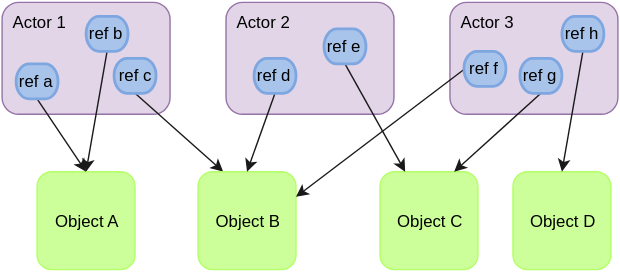
This is assets/images/refs_to_objects_in_actors.svg from zartstrom/zartstrom.github.io, a draw.io export, as it was before one commit. Source tidied: cells renumbered, new cells last; positions are measured from the earlier drawing's top-left corner, leaving out a move shared by most shapes.
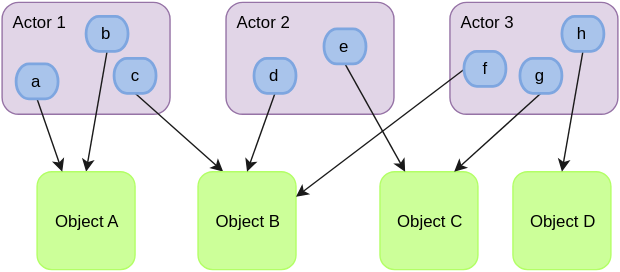
The same diagram one commit later.

Diff of the diagram source:
```diff
@@ -8,7 +8,7 @@
     <mxCell id="3" style="edgeStyle=none;rounded=0;html=1;exitX=0.5;exitY=0;exitPerimeter=0;entryX=0.25;entryY=0;labelBackgroundColor=#ffffff;jettySize=auto;strokeColor=#1A1A1A;strokeWidth=1;fontSize=12;" parent="1" edge="1" source="4" target="10">
       <mxGeometry relative="1" as="geometry" />
     </mxCell>
-    <mxCell id="4" value="&lt;div style=&quot;text-align: center&quot;&gt;&lt;span style=&quot;line-height: 1.2&quot;&gt;ref c&lt;/span&gt;&lt;/div&gt;" style="strokeWidth=2;html=1;shape=mxgraph.flowchart.terminator;whiteSpace=wrap;rounded=1;fillColor=#A9C4EB;gradientColor=none;fontSize=12;align=center;strokeColor=#7EA6E0;direction=west;" parent="1" vertex="1">
+    <mxCell id="4" value="&lt;div style=&quot;text-align: center&quot;&gt;&lt;span style=&quot;line-height: 1.2&quot;&gt;c&lt;/span&gt;&lt;/div&gt;" style="strokeWidth=2;html=1;shape=mxgraph.flowchart.terminator;whiteSpace=wrap;rounded=1;fillColor=#A9C4EB;gradientColor=none;fontSize=12;align=center;strokeColor=#7EA6E0;direction=west;" parent="1" vertex="1">
       <mxGeometry x="80" y="40" width="30" height="25" as="geometry" />
     </mxCell>
     <mxCell id="5" value="Actor 2" style="rounded=1;whiteSpace=wrap;html=1;strokeWidth=1;fontSize=12;align=left;plain-purple;gradientColor=none;verticalAlign=top;spacingLeft=5;" parent="1" vertex="1">
@@ -17,7 +17,7 @@
     <mxCell id="6" style="edgeStyle=none;rounded=0;html=1;exitX=0.5;exitY=1;exitPerimeter=0;entryX=0.5;entryY=0;labelBackgroundColor=#ffffff;jettySize=auto;strokeColor=#1A1A1A;strokeWidth=1;fontSize=12;" parent="1" edge="1" source="7" target="8">
       <mxGeometry relative="1" as="geometry" />
     </mxCell>
-    <mxCell id="7" value="&lt;div style=&quot;text-align: center&quot;&gt;&lt;span style=&quot;line-height: 1.2&quot;&gt;ref b&lt;/span&gt;&lt;/div&gt;" style="strokeWidth=2;html=1;shape=mxgraph.flowchart.terminator;whiteSpace=wrap;rounded=1;fillColor=#A9C4EB;gradientColor=none;fontSize=12;align=center;strokeColor=#7EA6E0;" parent="1" vertex="1">
+    <mxCell id="7" value="&lt;div style=&quot;text-align: center&quot;&gt;&lt;span style=&quot;line-height: 1.2&quot;&gt;b&lt;/span&gt;&lt;/div&gt;" style="strokeWidth=2;html=1;shape=mxgraph.flowchart.terminator;whiteSpace=wrap;rounded=1;fillColor=#A9C4EB;gradientColor=none;fontSize=12;align=center;strokeColor=#7EA6E0;" parent="1" vertex="1">
       <mxGeometry x="60" y="10" width="30" height="25" as="geometry" />
     </mxCell>
     <mxCell id="8" value="Object A" style="rounded=1;whiteSpace=wrap;html=1;rounded=1;strokeColor=#B3FF66;strokeWidth=1;fillColor=#CCFF99;gradientColor=none;fontSize=12;align=center;" parent="1" vertex="1">
@@ -32,28 +32,28 @@
     <mxCell id="11" value="Object C" style="rounded=1;whiteSpace=wrap;html=1;rounded=1;strokeColor=#B3FF66;strokeWidth=1;fillColor=#CCFF99;gradientColor=none;fontSize=12;align=center;" parent="1" vertex="1">
       <mxGeometry x="270" y="121" width="70" height="70" as="geometry" />
     </mxCell>
-    <mxCell id="12" style="rounded=0;html=1;exitX=0.5;exitY=0;exitPerimeter=0;entryX=0.5;entryY=0;jettySize=auto;strokeColor=#1A1A1A;strokeWidth=1;fontSize=12;labelBackgroundColor=#ffffff;" parent="1" edge="1" source="13" target="8">
+    <mxCell id="12" style="rounded=0;html=1;exitX=0.5;exitY=0;exitPerimeter=0;entryX=0.25;entryY=0;jettySize=auto;strokeColor=#1A1A1A;strokeWidth=1;fontSize=12;labelBackgroundColor=#ffffff;" parent="1" edge="1" source="13" target="8">
       <mxGeometry relative="1" as="geometry" />
     </mxCell>
-    <mxCell id="13" value="&lt;div style=&quot;text-align: center&quot;&gt;&lt;span style=&quot;line-height: 1.2&quot;&gt;ref a&lt;/span&gt;&lt;/div&gt;" style="strokeWidth=2;html=1;shape=mxgraph.flowchart.terminator;whiteSpace=wrap;rounded=1;fillColor=#A9C4EB;gradientColor=none;fontSize=12;align=center;strokeColor=#7EA6E0;direction=west;" parent="1" vertex="1">
+    <mxCell id="13" value="&lt;div style=&quot;text-align: center&quot;&gt;&lt;span style=&quot;line-height: 1.2&quot;&gt;a&lt;/span&gt;&lt;/div&gt;" style="strokeWidth=2;html=1;shape=mxgraph.flowchart.terminator;whiteSpace=wrap;rounded=1;fillColor=#A9C4EB;gradientColor=none;fontSize=12;align=center;strokeColor=#7EA6E0;direction=west;" parent="1" vertex="1">
       <mxGeometry x="10" y="44" width="30" height="25" as="geometry" />
     </mxCell>
     <mxCell id="14" style="edgeStyle=none;rounded=0;html=1;exitX=0.5;exitY=0;exitPerimeter=0;labelBackgroundColor=#ffffff;jettySize=auto;strokeColor=#1A1A1A;strokeWidth=1;fontSize=12;entryX=0.5;entryY=0;startArrow=none;startFill=0;endArrow=classic;endFill=1;" parent="1" edge="1" source="15" target="10">
       <mxGeometry relative="1" as="geometry" />
     </mxCell>
-    <mxCell id="15" value="&lt;div style=&quot;text-align: center&quot;&gt;&lt;span style=&quot;line-height: 1.2&quot;&gt;ref d&lt;/span&gt;&lt;/div&gt;" style="strokeWidth=2;html=1;shape=mxgraph.flowchart.terminator;whiteSpace=wrap;rounded=1;fillColor=#A9C4EB;gradientColor=none;fontSize=12;align=center;strokeColor=#7EA6E0;direction=west;" parent="1" vertex="1">
+    <mxCell id="15" value="&lt;div style=&quot;text-align: center&quot;&gt;&lt;span style=&quot;line-height: 1.2&quot;&gt;d&lt;/span&gt;&lt;/div&gt;" style="strokeWidth=2;html=1;shape=mxgraph.flowchart.terminator;whiteSpace=wrap;rounded=1;fillColor=#A9C4EB;gradientColor=none;fontSize=12;align=center;strokeColor=#7EA6E0;direction=west;" parent="1" vertex="1">
       <mxGeometry x="180" y="40" width="30" height="25" as="geometry" />
     </mxCell>
     <mxCell id="16" style="edgeStyle=none;rounded=0;html=1;exitX=1;exitY=0.5;exitPerimeter=0;entryX=1;entryY=0.25;labelBackgroundColor=#ffffff;jettySize=auto;strokeColor=#1A1A1A;strokeWidth=1;fontSize=12;" parent="1" edge="1" source="17" target="10">
       <mxGeometry relative="1" as="geometry" />
     </mxCell>
-    <mxCell id="17" value="&lt;div style=&quot;text-align: center&quot;&gt;&lt;span style=&quot;line-height: 1.2&quot;&gt;ref f&lt;/span&gt;&lt;/div&gt;" style="strokeWidth=2;html=1;shape=mxgraph.flowchart.terminator;whiteSpace=wrap;rounded=1;fillColor=#A9C4EB;gradientColor=none;fontSize=12;align=center;strokeColor=#7EA6E0;direction=west;" parent="1" vertex="1">
+    <mxCell id="17" value="&lt;div style=&quot;text-align: center&quot;&gt;&lt;span style=&quot;line-height: 1.2&quot;&gt;f&lt;/span&gt;&lt;/div&gt;" style="strokeWidth=2;html=1;shape=mxgraph.flowchart.terminator;whiteSpace=wrap;rounded=1;fillColor=#A9C4EB;gradientColor=none;fontSize=12;align=center;strokeColor=#7EA6E0;direction=west;" parent="1" vertex="1">
       <mxGeometry x="330" y="35" width="30" height="25" as="geometry" />
     </mxCell>
     <mxCell id="18" style="edgeStyle=none;rounded=0;html=1;exitX=0.5;exitY=0;exitPerimeter=0;entryX=0.75;entryY=0;labelBackgroundColor=#ffffff;jettySize=auto;strokeColor=#1A1A1A;strokeWidth=1;fontSize=12;" parent="1" edge="1" source="19" target="11">
       <mxGeometry relative="1" as="geometry" />
     </mxCell>
-    <mxCell id="19" value="&lt;div style=&quot;text-align: center&quot;&gt;&lt;span style=&quot;line-height: 1.2&quot;&gt;ref g&lt;/span&gt;&lt;/div&gt;" style="strokeWidth=2;html=1;shape=mxgraph.flowchart.terminator;whiteSpace=wrap;rounded=1;fillColor=#A9C4EB;gradientColor=none;fontSize=12;align=center;strokeColor=#7EA6E0;direction=west;" parent="1" vertex="1">
+    <mxCell id="19" value="&lt;div style=&quot;text-align: center&quot;&gt;&lt;span style=&quot;line-height: 1.2&quot;&gt;g&lt;/span&gt;&lt;/div&gt;" style="strokeWidth=2;html=1;shape=mxgraph.flowchart.terminator;whiteSpace=wrap;rounded=1;fillColor=#A9C4EB;gradientColor=none;fontSize=12;align=center;strokeColor=#7EA6E0;direction=west;" parent="1" vertex="1">
       <mxGeometry x="370" y="40" width="30" height="25" as="geometry" />
     </mxCell>
     <mxCell id="20" style="edgeStyle=none;rounded=0;html=1;exitX=0.5;exitY=0;exitPerimeter=0;entryX=0.5;entryY=0;entryPerimeter=0;labelBackgroundColor=#ffffff;jettySize=auto;orthogonalLoop=1;strokeColor=#1A1A1A;strokeWidth=1;fontSize=12;" parent="1" edge="1" source="19" target="19">
@@ -65,13 +65,13 @@
     <mxCell id="22" style="edgeStyle=none;rounded=0;html=1;exitX=0.5;exitY=0;exitPerimeter=0;entryX=0.5;entryY=0;labelBackgroundColor=#ffffff;jettySize=auto;strokeColor=#1A1A1A;strokeWidth=1;fontSize=12;" parent="1" edge="1" source="23" target="21">
       <mxGeometry relative="1" as="geometry" />
     </mxCell>
-    <mxCell id="23" value="&lt;div style=&quot;text-align: center&quot;&gt;&lt;span style=&quot;line-height: 1.2&quot;&gt;ref h&lt;/span&gt;&lt;/div&gt;" style="strokeWidth=2;html=1;shape=mxgraph.flowchart.terminator;whiteSpace=wrap;rounded=1;fillColor=#A9C4EB;gradientColor=none;fontSize=12;align=center;strokeColor=#7EA6E0;direction=west;" parent="1" vertex="1">
+    <mxCell id="23" value="&lt;div style=&quot;text-align: center&quot;&gt;&lt;span style=&quot;line-height: 1.2&quot;&gt;h&lt;/span&gt;&lt;/div&gt;" style="strokeWidth=2;html=1;shape=mxgraph.flowchart.terminator;whiteSpace=wrap;rounded=1;fillColor=#A9C4EB;gradientColor=none;fontSize=12;align=center;strokeColor=#7EA6E0;direction=west;" parent="1" vertex="1">
       <mxGeometry x="400" y="10" width="30" height="25" as="geometry" />
     </mxCell>
     <mxCell id="24" style="edgeStyle=none;rounded=0;html=1;exitX=0.5;exitY=0;exitPerimeter=0;entryX=0.25;entryY=0;labelBackgroundColor=#ffffff;jettySize=auto;strokeColor=#1A1A1A;strokeWidth=1;fontSize=12;" parent="1" edge="1" source="25" target="11">
       <mxGeometry relative="1" as="geometry" />
     </mxCell>
-    <mxCell id="25" value="&lt;div style=&quot;text-align: center&quot;&gt;&lt;span style=&quot;line-height: 1.2&quot;&gt;ref e&lt;/span&gt;&lt;/div&gt;" style="strokeWidth=2;html=1;shape=mxgraph.flowchart.terminator;whiteSpace=wrap;rounded=1;fillColor=#A9C4EB;gradientColor=none;fontSize=12;align=center;strokeColor=#7EA6E0;direction=west;" parent="1" vertex="1">
+    <mxCell id="25" value="&lt;div style=&quot;text-align: center&quot;&gt;&lt;span style=&quot;line-height: 1.2&quot;&gt;e&lt;/span&gt;&lt;/div&gt;" style="strokeWidth=2;html=1;shape=mxgraph.flowchart.terminator;whiteSpace=wrap;rounded=1;fillColor=#A9C4EB;gradientColor=none;fontSize=12;align=center;strokeColor=#7EA6E0;direction=west;" parent="1" vertex="1">
       <mxGeometry x="230" y="19" width="30" height="25" as="geometry" />
     </mxCell>
   </root>
```
